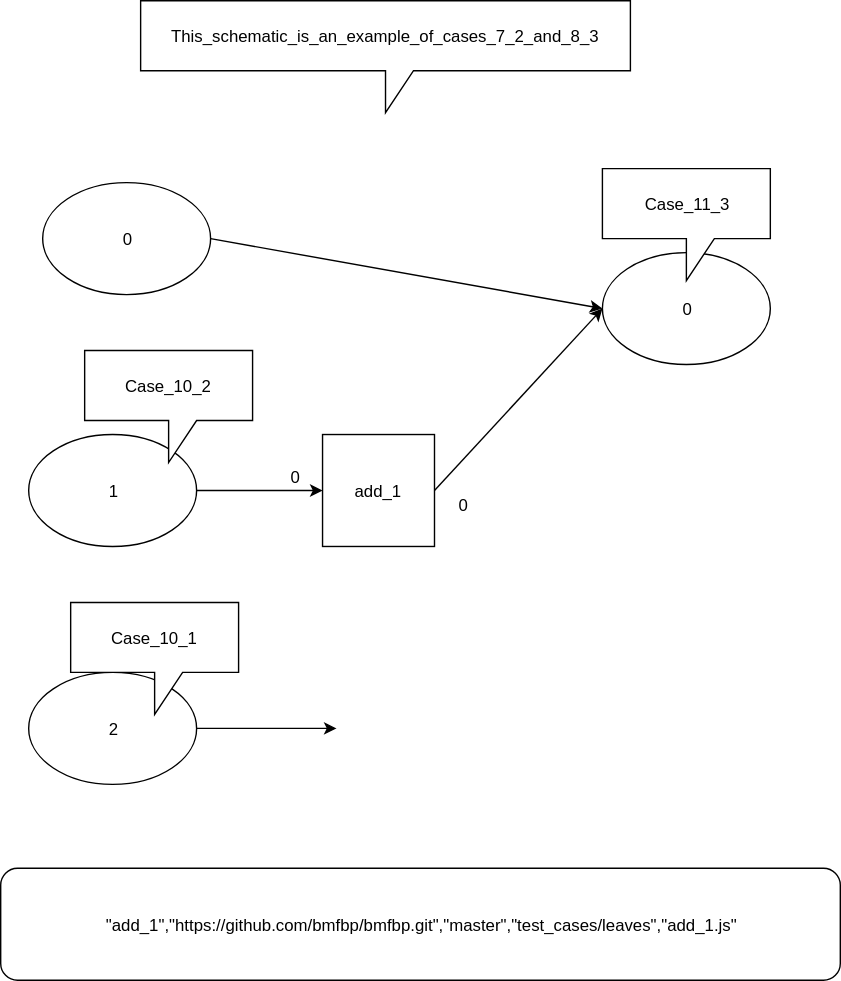
Above: svg/js-compiler/test_diagrams/pass_and_add.svg in bmfbp/bmfbp (draw.io), before the change. Source tidied: cells renumbered, new cells last; positions are measured from the earlier drawing's top-left corner, leaving out a move shared by most shapes.
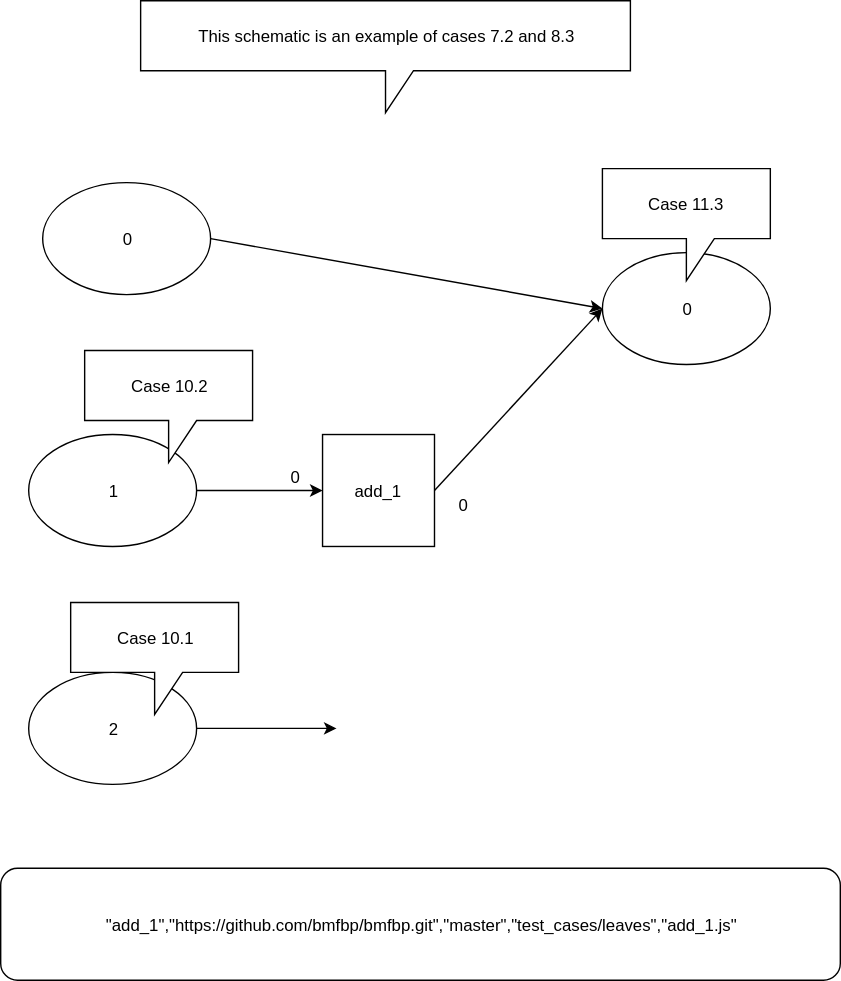
Above is the later version.

Commit message:
modified pass_and_add and top_level to make them readable by draw.io

The edit, as a diff of the source:
```diff
@@ -29,26 +29,26 @@
     <mxCell id="10" value="0" style="text;html=1;strokeColor=none;fillColor=none;align=center;verticalAlign=middle;whiteSpace=wrap;rounded=0;" parent="1" vertex="1">
       <mxGeometry x="310" y="350" width="40" height="20" as="geometry" />
     </mxCell>
-    <mxCell id="11" value="This_schematic_is_an_example_of_cases_7_2_and_8_3" style="shape=callout;whiteSpace=wrap;html=1;perimeter=calloutPerimeter;" parent="1" vertex="1">
-      <mxGeometry x="100" width="350" height="80" as="geometry" />
-    </mxCell>
+    <mxCell id="18" value="This schematic is an example of cases 7.2 and 8.3" style="shape=callout;whiteSpace=wrap;html=1;perimeter=calloutPerimeter;" parent="1" vertex="1">
+      <mxGeometry x="100" width="350" height="80" as="geometry" />
+    </mxCell>
     <mxCell id="12" value="2" style="ellipse;whiteSpace=wrap;html=1;" parent="1" vertex="1">
       <mxGeometry x="20" y="480" width="120" height="80" as="geometry" />
     </mxCell>
-    <mxCell id="13" style="endArrow=classic;html=1;exitX=1;exitY=0.5;exitDx=0;exitDy=0;" parent="1" edge="1" source="12">
-      <mxGeometry relative="1" as="geometry">
-        <mxPoint x="240" y="520" as="targetPoint" />
-      </mxGeometry>
-    </mxCell>
-    <mxCell id="14" value="Case_10_1" style="shape=callout;whiteSpace=wrap;html=1;perimeter=calloutPerimeter;" parent="1" vertex="1">
-      <mxGeometry x="50" y="430" width="120" height="80" as="geometry" />
-    </mxCell>
-    <mxCell id="15" value="Case_10_2" style="shape=callout;whiteSpace=wrap;html=1;perimeter=calloutPerimeter;" parent="1" vertex="1">
-      <mxGeometry x="60" y="250" width="120" height="80" as="geometry" />
-    </mxCell>
-    <mxCell id="16" value="Case_11_3" style="shape=callout;whiteSpace=wrap;html=1;perimeter=calloutPerimeter;" parent="1" vertex="1">
-      <mxGeometry x="430" y="120" width="120" height="80" as="geometry" />
-    </mxCell>
+    <mxCell id="19" style="endArrow=classic;html=1;exitX=1;exitY=0.5;exitDx=0;exitDy=0;" parent="1" edge="1" source="12">
+      <mxGeometry relative="1" as="geometry">
+        <mxPoint x="240" y="520" as="targetPoint" />
+      </mxGeometry>
+    </mxCell>
+    <mxCell id="20" value="Case 10.1" style="shape=callout;whiteSpace=wrap;html=1;perimeter=calloutPerimeter;" parent="1" vertex="1">
+      <mxGeometry x="50" y="430" width="120" height="80" as="geometry" />
+    </mxCell>
+    <mxCell id="21" value="Case 10.2" style="shape=callout;whiteSpace=wrap;html=1;perimeter=calloutPerimeter;" parent="1" vertex="1">
+      <mxGeometry x="60" y="250" width="120" height="80" as="geometry" />
+    </mxCell>
+    <mxCell id="22" value="Case 11.3" style="shape=callout;whiteSpace=wrap;html=1;perimeter=calloutPerimeter;" parent="1" vertex="1">
+      <mxGeometry x="430" y="120" width="120" height="80" as="geometry" />
+    </mxCell>
     <mxCell id="17" value="&lt;div style=&quot;text-align: left&quot;&gt;&lt;div&gt;&quot;add_1&quot;,&lt;span&gt;&quot;https://github.com/bmfbp/bmfbp.git&quot;,&quot;master&quot;,&quot;test_cases/leaves&quot;,&quot;add_1.js&quot;&lt;/span&gt;&lt;/div&gt;&lt;/div&gt;" style="rounded=1;whiteSpace=wrap;html=1;" parent="1" vertex="1">
       <mxGeometry y="620" width="600" height="80" as="geometry" />
     </mxCell>
```
